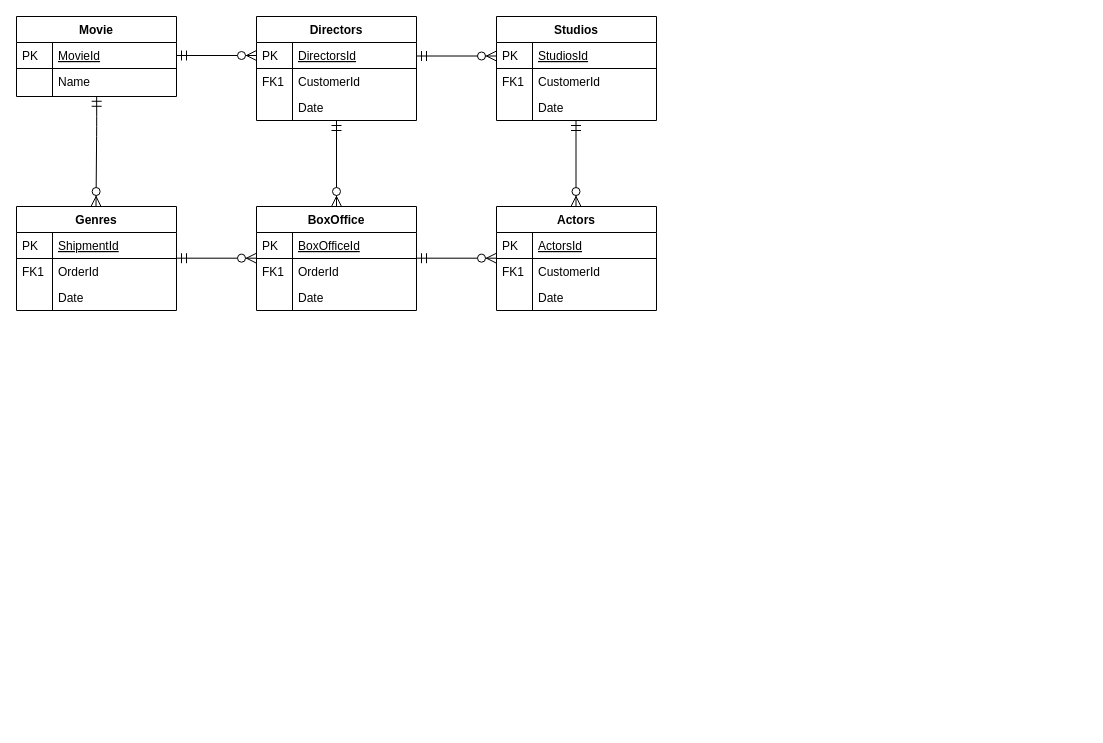
This is Untitled Diagram.drawio from Vytautasragaisis07/db_diagram, a draw.io file, before an edit. Source tidied: cells renumbered, new cells numbered last; positions are measured from the earlier drawing's top-left corner, leaving out a move shared by most shapes. Both pictures are drawn from the tidied source at 100%, with x=0, y=0 at pixel (16, 16).
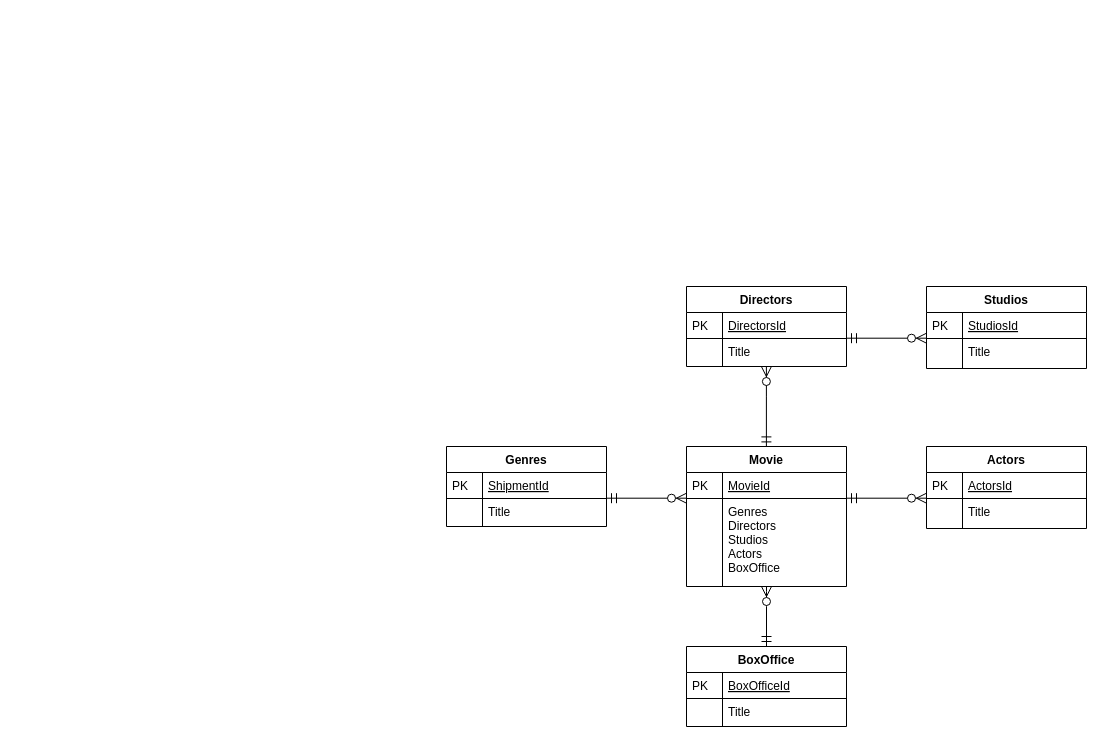
Above is the later version.

Unchanged cells that the change refers to:
```xml
<mxCell id="3" value="MovieId" style="shape=partialRectangle;top=0;left=0;right=0;bottom=1;align=left;verticalAlign=top;fillColor=none;spacingLeft=40;spacingRight=4;overflow=hidden;points=[[0,0.5],[1,0.5]];portConstraint=eastwest;rounded=0;shadow=0;strokeWidth=1;fontStyle=4;" parent="2" vertex="1">
  <mxGeometry y="26" width="160" height="26" as="geometry" />
</mxCell>
<mxCell id="8" value="DirectorsId" style="shape=partialRectangle;top=0;left=0;right=0;bottom=1;align=left;verticalAlign=top;fillColor=none;spacingLeft=40;spacingRight=4;overflow=hidden;points=[[0,0.5],[1,0.5]];portConstraint=eastwest;rounded=0;shadow=0;strokeWidth=1;fontStyle=4;" parent="7" vertex="1">
  <mxGeometry y="26" width="160" height="26" as="geometry" />
</mxCell>
```

The edit, as a diff of the source:
```diff
@@
     <mxCell id="2" value="Movie" style="swimlane;fontStyle=1;horizontal=1;startSize=26;rounded=0;shadow=0;strokeWidth=1;" parent="1" vertex="1">
-      <mxGeometry width="160" height="80" as="geometry" />
+      <mxGeometry x="670" y="430" width="160" height="140" as="geometry" />
     </mxCell>
@@
-    <mxCell id="5" value="Name" style="shape=partialRectangle;top=0;left=0;right=0;bottom=0;align=left;verticalAlign=top;fillColor=none;spacingLeft=40;spacingRight=4;overflow=hidden;points=[[0,0.5],[1,0.5]];portConstraint=eastwest;rounded=0;shadow=0;strokeWidth=1;" parent="2" vertex="1">
-      <mxGeometry y="52" width="160" height="28" as="geometry" />
+    <mxCell id="5" value="Genres&#10;Directors&#10;Studios&#10;Actors&#10;BoxOffice" style="shape=partialRectangle;top=0;left=0;right=0;bottom=0;align=left;verticalAlign=top;fillColor=none;spacingLeft=40;spacingRight=4;overflow=hidden;points=[[0,0.5],[1,0.5]];portConstraint=eastwest;rounded=0;shadow=0;strokeWidth=1;" parent="2" vertex="1">
+      <mxGeometry y="52" width="160" height="88" as="geometry" />
     </mxCell>
     <mxCell id="6" style="shape=partialRectangle;top=0;left=0;bottom=0;fillColor=none;align=left;verticalAlign=top;spacingLeft=4;spacingRight=4;overflow=hidden;" parent="5" vertex="1">
-      <mxGeometry width="36" height="28" as="geometry" />
+      <mxGeometry width="36" height="88" as="geometry" />
     </mxCell>
     <mxCell id="7" value="Directors" style="swimlane;fontStyle=1;horizontal=1;startSize=26;rounded=0;shadow=0;strokeWidth=1;" parent="1" vertex="1">
-      <mxGeometry x="240" width="160" height="104" as="geometry" />
+      <mxGeometry x="670" y="270" width="160" height="80" as="geometry" />
     </mxCell>
@@
-    <mxCell id="10" value="CustomerId" style="shape=partialRectangle;top=0;left=0;right=0;bottom=0;align=left;verticalAlign=top;fillColor=none;spacingLeft=40;spacingRight=4;overflow=hidden;rounded=0;shadow=0;strokeWidth=1;" parent="7" vertex="1">
-      <mxGeometry y="52" width="160" height="26" as="geometry" />
+    <mxCell id="10" value="Title" style="shape=partialRectangle;top=0;left=0;right=0;bottom=0;align=left;verticalAlign=top;fillColor=none;spacingLeft=40;spacingRight=4;overflow=hidden;rounded=0;shadow=0;strokeWidth=1;" parent="7" vertex="1">
+      <mxGeometry y="52" width="160" height="28" as="geometry" />
     </mxCell>
-    <mxCell id="11" value="FK1" style="shape=partialRectangle;top=0;left=0;bottom=0;fillColor=none;align=left;verticalAlign=top;spacingLeft=4;spacingRight=4;overflow=hidden;" parent="10" vertex="1">
-      <mxGeometry width="36" height="26" as="geometry" />
+    <mxCell id="11" style="shape=partialRectangle;top=0;left=0;bottom=0;fillColor=none;align=left;verticalAlign=top;spacingLeft=4;spacingRight=4;overflow=hidden;" parent="10" vertex="1">
+      <mxGeometry width="36" height="28" as="geometry" />
     </mxCell>
-    <mxCell id="12" value="Date" style="shape=partialRectangle;top=0;left=0;right=0;bottom=0;align=left;verticalAlign=top;fillColor=none;spacingLeft=40;spacingRight=4;overflow=hidden;rounded=0;shadow=0;strokeWidth=1;" parent="7" vertex="1">
-      <mxGeometry y="78" width="160" height="26" as="geometry" />
-    </mxCell>
-    <mxCell id="13" style="shape=partialRectangle;top=0;left=0;bottom=0;fillColor=none;align=left;verticalAlign=top;spacingLeft=4;spacingRight=4;overflow=hidden;" parent="12" vertex="1">
-      <mxGeometry width="36" height="26" as="geometry" />
-    </mxCell>
-    <mxCell id="14" style="edgeStyle=orthogonalEdgeStyle;endArrow=ERzeroToMany;startArrow=ERmandOne;shadow=0;strokeWidth=1;endSize=8;startSize=8;" parent="1" edge="1" source="3" target="8">
-      <mxGeometry relative="1" as="geometry" />
-    </mxCell>
     <mxCell id="15" value="BoxOffice" style="swimlane;fontStyle=1;horizontal=1;startSize=26;rounded=0;shadow=0;strokeWidth=1;" parent="1" vertex="1">
-      <mxGeometry x="240" y="190" width="160" height="104" as="geometry" />
+      <mxGeometry x="670" y="630" width="160" height="80" as="geometry" />
     </mxCell>
@@
-    <mxCell id="18" value="OrderId" style="shape=partialRectangle;top=0;left=0;right=0;bottom=0;align=left;verticalAlign=top;fillColor=none;spacingLeft=40;spacingRight=4;overflow=hidden;rounded=0;shadow=0;strokeWidth=1;" parent="15" vertex="1">
-      <mxGeometry y="52" width="160" height="26" as="geometry" />
+    <mxCell id="18" value="Title" style="shape=partialRectangle;top=0;left=0;right=0;bottom=0;align=left;verticalAlign=top;fillColor=none;spacingLeft=40;spacingRight=4;overflow=hidden;rounded=0;shadow=0;strokeWidth=1;" parent="15" vertex="1">
+      <mxGeometry y="52" width="160" height="28" as="geometry" />
     </mxCell>
-    <mxCell id="19" value="FK1" style="shape=partialRectangle;top=0;left=0;bottom=0;fillColor=none;align=left;verticalAlign=top;spacingLeft=4;spacingRight=4;overflow=hidden;" parent="18" vertex="1">
-      <mxGeometry width="36" height="26" as="geometry" />
+    <mxCell id="19" style="shape=partialRectangle;top=0;left=0;bottom=0;fillColor=none;align=left;verticalAlign=top;spacingLeft=4;spacingRight=4;overflow=hidden;" parent="18" vertex="1">
+      <mxGeometry width="36" height="28" as="geometry" />
     </mxCell>
-    <mxCell id="20" value="Date" style="shape=partialRectangle;top=0;left=0;right=0;bottom=0;align=left;verticalAlign=top;fillColor=none;spacingLeft=40;spacingRight=4;overflow=hidden;rounded=0;shadow=0;strokeWidth=1;" parent="15" vertex="1">
-      <mxGeometry y="78" width="160" height="26" as="geometry" />
-    </mxCell>
-    <mxCell id="21" style="shape=partialRectangle;top=0;left=0;bottom=0;fillColor=none;align=left;verticalAlign=top;spacingLeft=4;spacingRight=4;overflow=hidden;" parent="20" vertex="1">
-      <mxGeometry width="36" height="26" as="geometry" />
-    </mxCell>
-    <mxCell id="22" style="edgeStyle=orthogonalEdgeStyle;endArrow=ERzeroToMany;startArrow=ERmandOne;shadow=0;strokeWidth=1;endSize=8;startSize=8;" parent="1" edge="1" source="7" target="15">
-      <mxGeometry relative="1" as="geometry" />
-    </mxCell>
     <mxCell id="23" value="Genres" style="swimlane;fontStyle=1;horizontal=1;startSize=26;rounded=0;shadow=0;strokeWidth=1;" parent="1" vertex="1">
-      <mxGeometry y="190" width="160" height="104" as="geometry" />
+      <mxGeometry x="430" y="430" width="160" height="80" as="geometry" />
     </mxCell>
@@
-    <mxCell id="26" value="OrderId" style="shape=partialRectangle;top=0;left=0;right=0;bottom=0;align=left;verticalAlign=top;fillColor=none;spacingLeft=40;spacingRight=4;overflow=hidden;rounded=0;shadow=0;strokeWidth=1;" parent="23" vertex="1">
-      <mxGeometry y="52" width="160" height="26" as="geometry" />
+    <mxCell id="26" value="Title" style="shape=partialRectangle;top=0;left=0;right=0;bottom=0;align=left;verticalAlign=top;fillColor=none;spacingLeft=40;spacingRight=4;overflow=hidden;rounded=0;shadow=0;strokeWidth=1;" parent="23" vertex="1">
+      <mxGeometry y="52" width="160" height="28" as="geometry" />
     </mxCell>
-    <mxCell id="27" value="FK1" style="shape=partialRectangle;top=0;left=0;bottom=0;fillColor=none;align=left;verticalAlign=top;spacingLeft=4;spacingRight=4;overflow=hidden;" parent="26" vertex="1">
-      <mxGeometry width="36" height="26" as="geometry" />
+    <mxCell id="27" style="shape=partialRectangle;top=0;left=0;bottom=0;fillColor=none;align=left;verticalAlign=top;spacingLeft=4;spacingRight=4;overflow=hidden;" parent="26" vertex="1">
+      <mxGeometry width="36" height="28" as="geometry" />
     </mxCell>
-    <mxCell id="28" value="Date" style="shape=partialRectangle;top=0;left=0;right=0;bottom=0;align=left;verticalAlign=top;fillColor=none;spacingLeft=40;spacingRight=4;overflow=hidden;rounded=0;shadow=0;strokeWidth=1;" parent="23" vertex="1">
-      <mxGeometry y="78" width="160" height="26" as="geometry" />
-    </mxCell>
-    <mxCell id="29" style="shape=partialRectangle;top=0;left=0;bottom=0;fillColor=none;align=left;verticalAlign=top;spacingLeft=4;spacingRight=4;overflow=hidden;" parent="28" vertex="1">
-      <mxGeometry width="36" height="26" as="geometry" />
-    </mxCell>
     <mxCell id="30" value="Studios" style="swimlane;fontStyle=1;horizontal=1;startSize=26;rounded=0;shadow=0;strokeWidth=1;" parent="1" vertex="1">
-      <mxGeometry x="480" width="160" height="104" as="geometry" />
+      <mxGeometry x="910" y="270" width="160" height="82" as="geometry" />
     </mxCell>
@@
-    <mxCell id="33" value="CustomerId" style="shape=partialRectangle;top=0;left=0;right=0;bottom=0;align=left;verticalAlign=top;fillColor=none;spacingLeft=40;spacingRight=4;overflow=hidden;rounded=0;shadow=0;strokeWidth=1;" parent="30" vertex="1">
-      <mxGeometry y="52" width="160" height="26" as="geometry" />
+    <mxCell id="33" value="Title" style="shape=partialRectangle;top=0;left=0;right=0;bottom=0;align=left;verticalAlign=top;fillColor=none;spacingLeft=40;spacingRight=4;overflow=hidden;rounded=0;shadow=0;strokeWidth=1;" parent="30" vertex="1">
+      <mxGeometry y="52" width="160" height="30" as="geometry" />
     </mxCell>
-    <mxCell id="34" value="FK1" style="shape=partialRectangle;top=0;left=0;bottom=0;fillColor=none;align=left;verticalAlign=top;spacingLeft=4;spacingRight=4;overflow=hidden;" parent="33" vertex="1">
-      <mxGeometry width="36" height="26" as="geometry" />
+    <mxCell id="34" style="shape=partialRectangle;top=0;left=0;bottom=0;fillColor=none;align=left;verticalAlign=top;spacingLeft=4;spacingRight=4;overflow=hidden;" parent="33" vertex="1">
+      <mxGeometry width="36" height="30" as="geometry" />
     </mxCell>
-    <mxCell id="35" value="Date" style="shape=partialRectangle;top=0;left=0;right=0;bottom=0;align=left;verticalAlign=top;fillColor=none;spacingLeft=40;spacingRight=4;overflow=hidden;rounded=0;shadow=0;strokeWidth=1;" parent="30" vertex="1">
-      <mxGeometry y="78" width="160" height="26" as="geometry" />
-    </mxCell>
-    <mxCell id="36" style="shape=partialRectangle;top=0;left=0;bottom=0;fillColor=none;align=left;verticalAlign=top;spacingLeft=4;spacingRight=4;overflow=hidden;" parent="35" vertex="1">
-      <mxGeometry width="36" height="26" as="geometry" />
-    </mxCell>
     <mxCell id="37" value="Actors" style="swimlane;fontStyle=1;horizontal=1;startSize=26;rounded=0;shadow=0;strokeWidth=1;" parent="1" vertex="1">
-      <mxGeometry x="480" y="190" width="160" height="104" as="geometry" />
+      <mxGeometry x="910" y="430" width="160" height="82" as="geometry" />
     </mxCell>
@@
-    <mxCell id="40" value="CustomerId" style="shape=partialRectangle;top=0;left=0;right=0;bottom=0;align=left;verticalAlign=top;fillColor=none;spacingLeft=40;spacingRight=4;overflow=hidden;rounded=0;shadow=0;strokeWidth=1;" parent="37" vertex="1">
-      <mxGeometry y="52" width="160" height="26" as="geometry" />
-    </mxCell>
-    <mxCell id="41" value="FK1" style="shape=partialRectangle;top=0;left=0;bottom=0;fillColor=none;align=left;verticalAlign=top;spacingLeft=4;spacingRight=4;overflow=hidden;" parent="40" vertex="1">
-      <mxGeometry width="36" height="26" as="geometry" />
-    </mxCell>
-    <mxCell id="42" value="Date" style="shape=partialRectangle;top=0;left=0;right=0;bottom=0;align=left;verticalAlign=top;fillColor=none;spacingLeft=40;spacingRight=4;overflow=hidden;rounded=0;shadow=0;strokeWidth=1;" parent="37" vertex="1">
-      <mxGeometry y="78" width="160" height="26" as="geometry" />
+    <mxCell id="42" value="Title" style="shape=partialRectangle;top=0;left=0;right=0;bottom=0;align=left;verticalAlign=top;fillColor=none;spacingLeft=40;spacingRight=4;overflow=hidden;rounded=0;shadow=0;strokeWidth=1;" parent="37" vertex="1">
+      <mxGeometry y="52" width="160" height="30" as="geometry" />
     </mxCell>
     <mxCell id="43" style="shape=partialRectangle;top=0;left=0;bottom=0;fillColor=none;align=left;verticalAlign=top;spacingLeft=4;spacingRight=4;overflow=hidden;" parent="42" vertex="1">
-      <mxGeometry width="36" height="26" as="geometry" />
+      <mxGeometry width="36" height="30" as="geometry" />
     </mxCell>
     <mxCell id="44" style="edgeStyle=orthogonalEdgeStyle;endArrow=ERzeroToMany;startArrow=ERmandOne;shadow=0;strokeWidth=1;endSize=8;startSize=8;" parent="1" edge="1">
       <mxGeometry relative="1" as="geometry">
-        <mxPoint x="400" y="39.5" as="sourcePoint" />
-        <mxPoint x="480" y="39.5" as="targetPoint" />
+        <mxPoint x="830" y="321.7" as="sourcePoint" />
+        <mxPoint x="910" y="321.7" as="targetPoint" />
       </mxGeometry>
     </mxCell>
-    <mxCell id="45" style="edgeStyle=orthogonalEdgeStyle;endArrow=ERzeroToMany;startArrow=ERmandOne;shadow=0;strokeWidth=1;endSize=8;startSize=8;" parent="1" edge="1">
-      <mxGeometry relative="1" as="geometry">
-        <mxPoint x="559.5" y="104" as="sourcePoint" />
-        <mxPoint x="559.5" y="190" as="targetPoint" />
-      </mxGeometry>
-    </mxCell>
-    <mxCell id="46" style="edgeStyle=orthogonalEdgeStyle;endArrow=ERzeroToMany;startArrow=ERmandOne;shadow=0;strokeWidth=1;endSize=8;startSize=8;exitX=0.501;exitY=0.992;exitDx=0;exitDy=0;exitPerimeter=0;" parent="1" edge="1" source="5">
-      <mxGeometry relative="1" as="geometry">
-        <mxPoint x="79.5" y="190" as="targetPoint" />
-        <Array as="points">
-          <mxPoint x="80" y="110" />
-        </Array>
-      </mxGeometry>
-    </mxCell>
     <mxCell id="47" style="edgeStyle=orthogonalEdgeStyle;endArrow=ERzeroToMany;startArrow=ERmandOne;shadow=0;strokeWidth=1;endSize=8;startSize=8;" parent="1" edge="1">
       <mxGeometry relative="1" as="geometry">
-        <mxPoint x="160" y="241.7" as="sourcePoint" />
-        <mxPoint x="240" y="241.7" as="targetPoint" />
+        <mxPoint x="590" y="481.7" as="sourcePoint" />
+        <mxPoint x="670" y="481.7" as="targetPoint" />
       </mxGeometry>
     </mxCell>
     <mxCell id="48" style="edgeStyle=orthogonalEdgeStyle;endArrow=ERzeroToMany;startArrow=ERmandOne;shadow=0;strokeWidth=1;endSize=8;startSize=8;" parent="1" edge="1">
       <mxGeometry relative="1" as="geometry">
-        <mxPoint x="400" y="241.7" as="sourcePoint" />
-        <mxPoint x="480" y="241.7" as="targetPoint" />
+        <mxPoint x="830" y="481.7" as="sourcePoint" />
+        <mxPoint x="910" y="481.7" as="targetPoint" />
       </mxGeometry>
     </mxCell>
+    <mxCell id="49" style="edgeStyle=orthogonalEdgeStyle;endArrow=ERzeroToMany;startArrow=ERmandOne;shadow=0;strokeWidth=1;endSize=8;startSize=8;entryX=0.49;entryY=0.988;entryDx=0;entryDy=0;entryPerimeter=0;" parent="1" edge="1">
+      <mxGeometry relative="1" as="geometry">
+        <mxPoint x="749.9" y="430.4" as="sourcePoint" />
+        <mxPoint x="749.9" y="350" as="targetPoint" />
+        <Array as="points">
+          <mxPoint x="749.5" y="370.4" />
+          <mxPoint x="749.5" y="370.4" />
+        </Array>
+      </mxGeometry>
+    </mxCell>
+    <mxCell id="50" style="edgeStyle=orthogonalEdgeStyle;endArrow=ERzeroToMany;startArrow=ERmandOne;shadow=0;strokeWidth=1;endSize=8;startSize=8;" parent="1" edge="1">
+      <mxGeometry relative="1" as="geometry">
+        <mxPoint x="750" y="630" as="sourcePoint" />
+        <mxPoint x="750" y="570" as="targetPoint" />
+        <Array as="points">
+          <mxPoint x="749.5" y="580.1" />
+          <mxPoint x="749.5" y="580.1" />
+        </Array>
+      </mxGeometry>
+    </mxCell>
```
